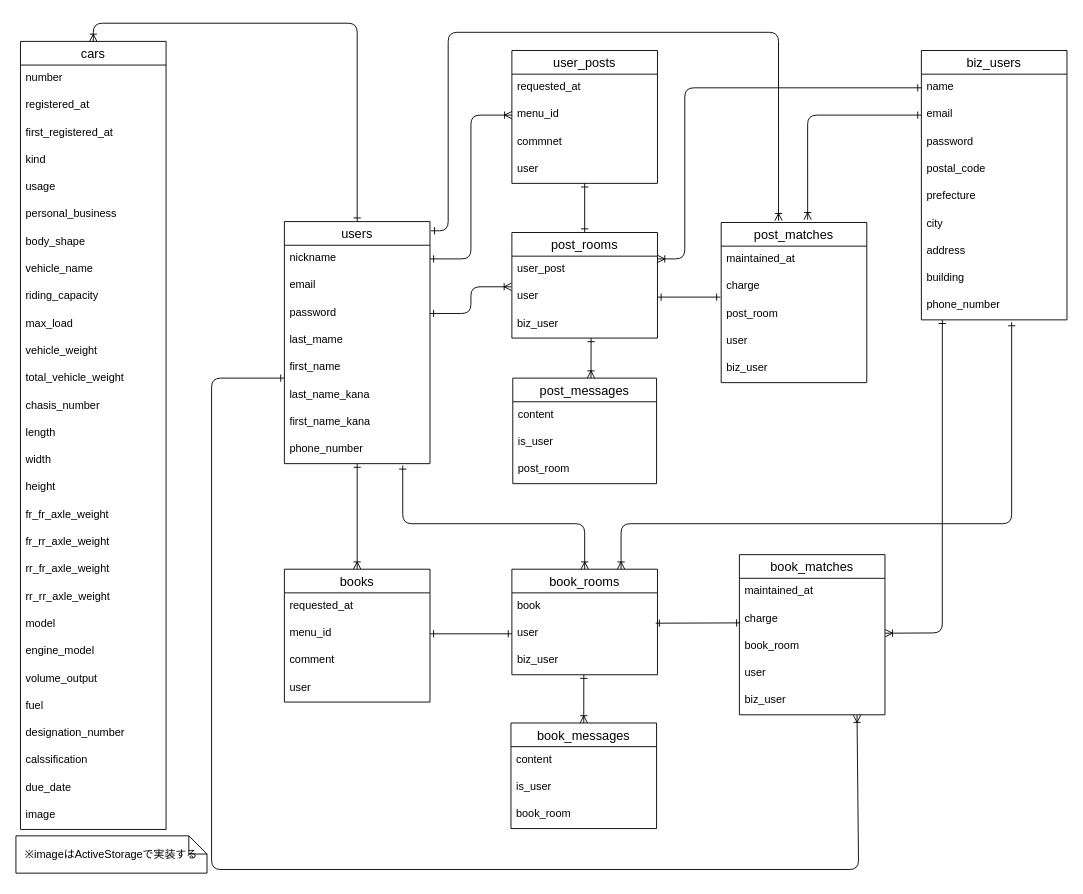
Earlier version of the draw.io diagram er.dio (Matsuo556/mente-match). Source tidied: cells renumbered, new cells numbered last; positions are measured from the earlier drawing's top-left corner, leaving out a move shared by most shapes. Both pictures are drawn from the tidied source at 91%, with x=0, y=0 at pixel (15, 23).
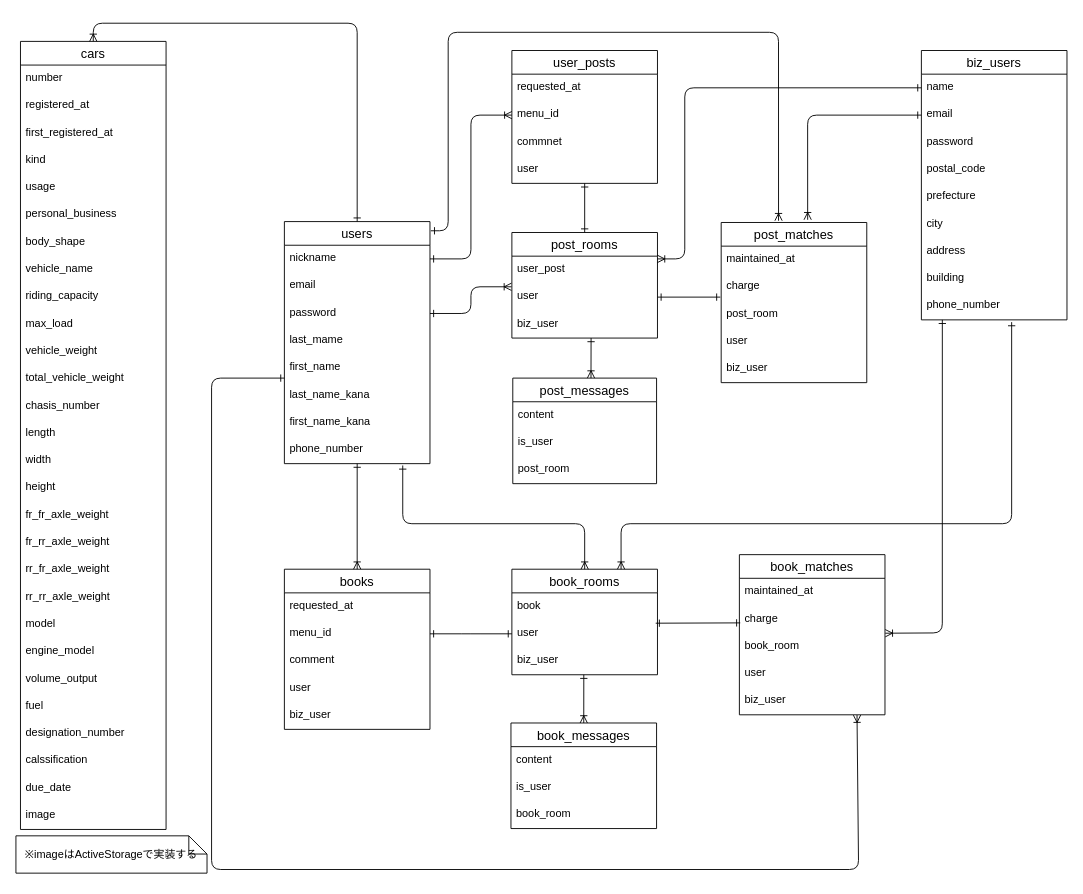
Above is the later version.

The edit, as a diff of the source:
```diff
@@
     <mxCell id="26" value="books" style="swimlane;fontStyle=0;horizontal=1;startSize=26;align=center;fontSize=14;" parent="1" vertex="1">
-      <mxGeometry x="295" y="600" width="160" height="146" as="geometry" />
+      <mxGeometry x="295" y="600" width="160" height="176" as="geometry" />
     </mxCell>
@@
+    <mxCell id="106" value="biz_user" style="text;strokeColor=none;fillColor=none;spacingLeft=4;spacingRight=4;overflow=hidden;fontSize=12;" parent="26" vertex="1">
+      <mxGeometry y="146" width="160" height="30" as="geometry" />
+    </mxCell>
```
